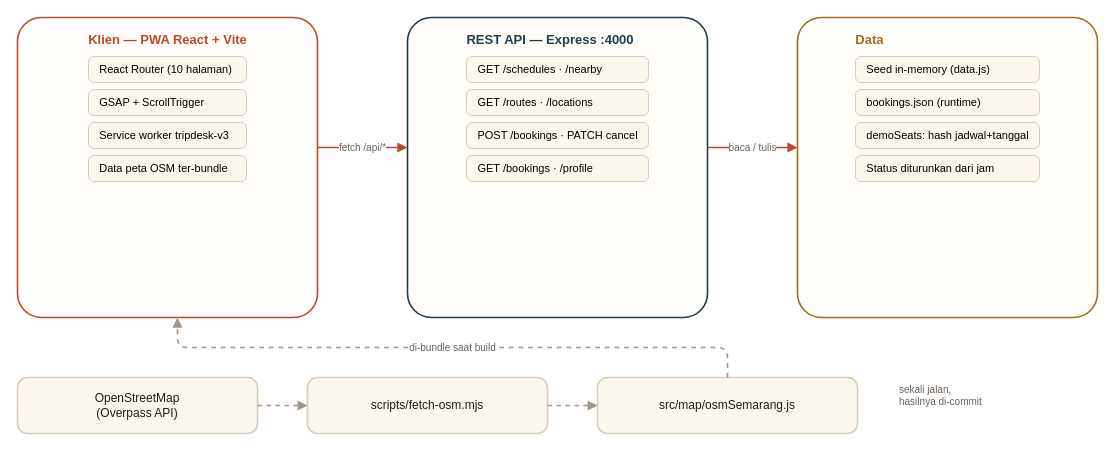
farasfauzan/TripDESK keeps this draw.io diagram as page "Arsitektur" (2 of 2) of docs/diagram.drawio. Above is the earlier version. Source tidied: cells renumbered, new cells numbered last; positions are measured from the earlier drawing's top-left corner, leaving out a move shared by most shapes. Both pictures are drawn from the tidied source at 100%, with x=0, y=0 at pixel (17, 17).
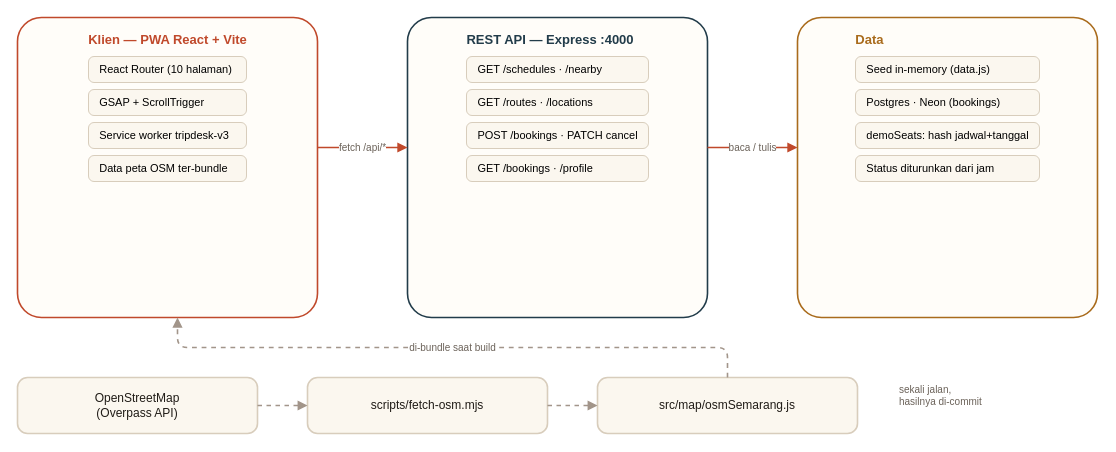
The same page after the edit.

The edit, as a diff of the source:
```diff
@@
-    <mxCell id="4" value="&lt;div style=&quot;text-align:left;font-weight:800;font-size:13px;color:#a96b1c;padding:8px 10px 2px;&quot;&gt;Data&lt;/div&gt;&lt;div style=&quot;text-align:left;padding:6px 10px;border:1px solid #d8cdbc;border-radius:6px;background:#fbf7ef;margin:6px 10px;font-size:11px;&quot;&gt;Seed in-memory (data.js)&lt;/div&gt;&lt;div style=&quot;text-align:left;padding:6px 10px;border:1px solid #d8cdbc;border-radius:6px;background:#fbf7ef;margin:6px 10px;font-size:11px;&quot;&gt;bookings.json (runtime)&lt;/div&gt;&lt;div style=&quot;text-align:left;padding:6px 10px;border:1px solid #d8cdbc;border-radius:6px;background:#fbf7ef;margin:6px 10px;font-size:11px;&quot;&gt;demoSeats: hash jadwal+tanggal&lt;/div&gt;&lt;div style=&quot;text-align:left;padding:6px 10px;border:1px solid #d8cdbc;border-radius:6px;background:#fbf7ef;margin:6px 10px;font-size:11px;&quot;&gt;Status diturunkan dari jam&lt;/div&gt;" style="rounded=1;arcSize=8;html=1;verticalAlign=top;fillColor=#fffdf9;strokeColor=#a96b1c;strokeWidth=1.6;" parent="1" vertex="1">
+    <mxCell id="4" value="&lt;div style=&quot;text-align:left;font-weight:800;font-size:13px;color:#a96b1c;padding:8px 10px 2px;&quot;&gt;Data&lt;/div&gt;&lt;div style=&quot;text-align:left;padding:6px 10px;border:1px solid #d8cdbc;border-radius:6px;background:#fbf7ef;margin:6px 10px;font-size:11px;&quot;&gt;Seed in-memory (data.js)&lt;/div&gt;&lt;div style=&quot;text-align:left;padding:6px 10px;border:1px solid #d8cdbc;border-radius:6px;background:#fbf7ef;margin:6px 10px;font-size:11px;&quot;&gt;Postgres · Neon (bookings)&lt;/div&gt;&lt;div style=&quot;text-align:left;padding:6px 10px;border:1px solid #d8cdbc;border-radius:6px;background:#fbf7ef;margin:6px 10px;font-size:11px;&quot;&gt;demoSeats: hash jadwal+tanggal&lt;/div&gt;&lt;div style=&quot;text-align:left;padding:6px 10px;border:1px solid #d8cdbc;border-radius:6px;background:#fbf7ef;margin:6px 10px;font-size:11px;&quot;&gt;Status diturunkan dari jam&lt;/div&gt;" style="rounded=1;arcSize=8;html=1;verticalAlign=top;fillColor=#fffdf9;strokeColor=#a96b1c;strokeWidth=1.6;" parent="1" vertex="1">
       <mxGeometry x="780" width="300" height="300" as="geometry" />
     </mxCell>
```
